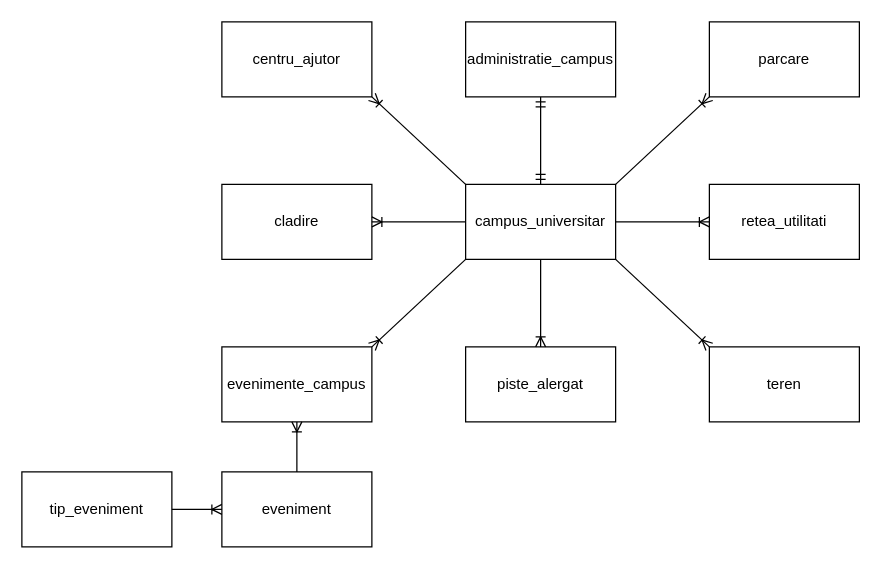
This is Diagrama_Abstracta_Exam_Sem2_DB.drawio from RaulHeciko/exam_sem2_database, a draw.io file, before an edit. Source tidied: cells renumbered, new cells numbered last; positions are measured from the earlier drawing's top-left corner, leaving out a move shared by most shapes. Both pictures are drawn from the tidied source at 125%, with x=0, y=0 at pixel (21, 21).
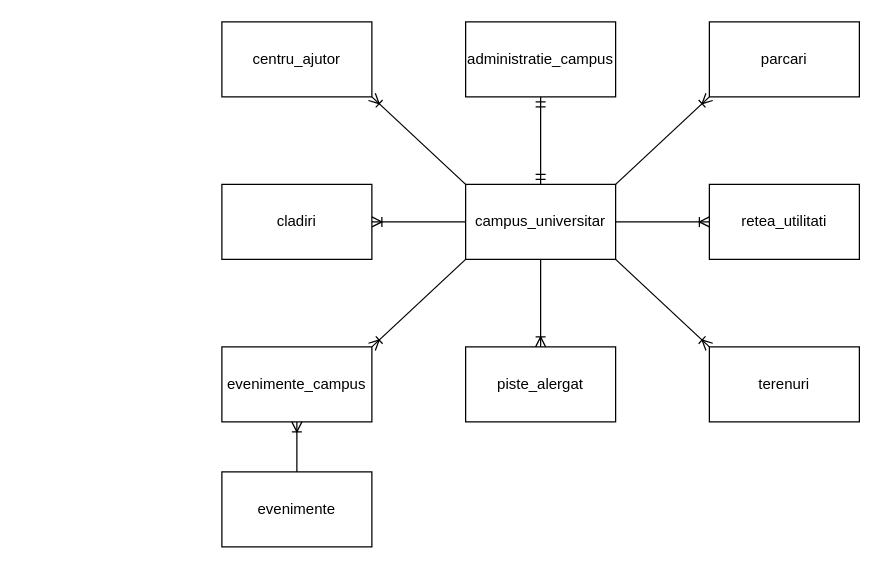
Above is the later version.

The edit, as a diff of the source:
```diff
@@
-    <mxCell id="3" value="teren" style="rounded=0;whiteSpace=wrap;html=1;" parent="1" vertex="1">
+    <mxCell id="3" value="terenuri" style="rounded=0;whiteSpace=wrap;html=1;" parent="1" vertex="1">
       <mxGeometry x="550" y="260" width="120" height="60" as="geometry" />
     </mxCell>
-    <mxCell id="4" value="cladire" style="rounded=0;whiteSpace=wrap;html=1;" parent="1" vertex="1">
+    <mxCell id="4" value="cladiri" style="rounded=0;whiteSpace=wrap;html=1;" parent="1" vertex="1">
       <mxGeometry x="160" y="130" width="120" height="60" as="geometry" />
     </mxCell>
@@
-    <mxCell id="8" value="eveniment" style="rounded=0;whiteSpace=wrap;html=1;" parent="1" vertex="1">
+    <mxCell id="8" value="evenimente" style="rounded=0;whiteSpace=wrap;html=1;" parent="1" vertex="1">
       <mxGeometry x="160" y="360" width="120" height="60" as="geometry" />
     </mxCell>
-    <mxCell id="9" value="parcare" style="rounded=0;whiteSpace=wrap;html=1;" parent="1" vertex="1">
+    <mxCell id="9" value="parcari" style="rounded=0;whiteSpace=wrap;html=1;" parent="1" vertex="1">
       <mxGeometry x="550" width="120" height="60" as="geometry" />
     </mxCell>
@@
-    <mxCell id="21" value="tip_eveniment" style="rounded=0;whiteSpace=wrap;html=1;" parent="1" vertex="1">
-      <mxGeometry y="360" width="120" height="60" as="geometry" />
-    </mxCell>
-    <mxCell id="22" style="edgeStyle=entityRelationEdgeStyle;fontSize=12;html=1;endArrow=ERoneToMany;rounded=0;exitX=1;exitY=0.5;exitDx=0;exitDy=0;entryX=0;entryY=0.5;entryDx=0;entryDy=0;" parent="1" edge="1" source="21" target="8">
-      <mxGeometry relative="1" as="geometry" />
-    </mxCell>
```
